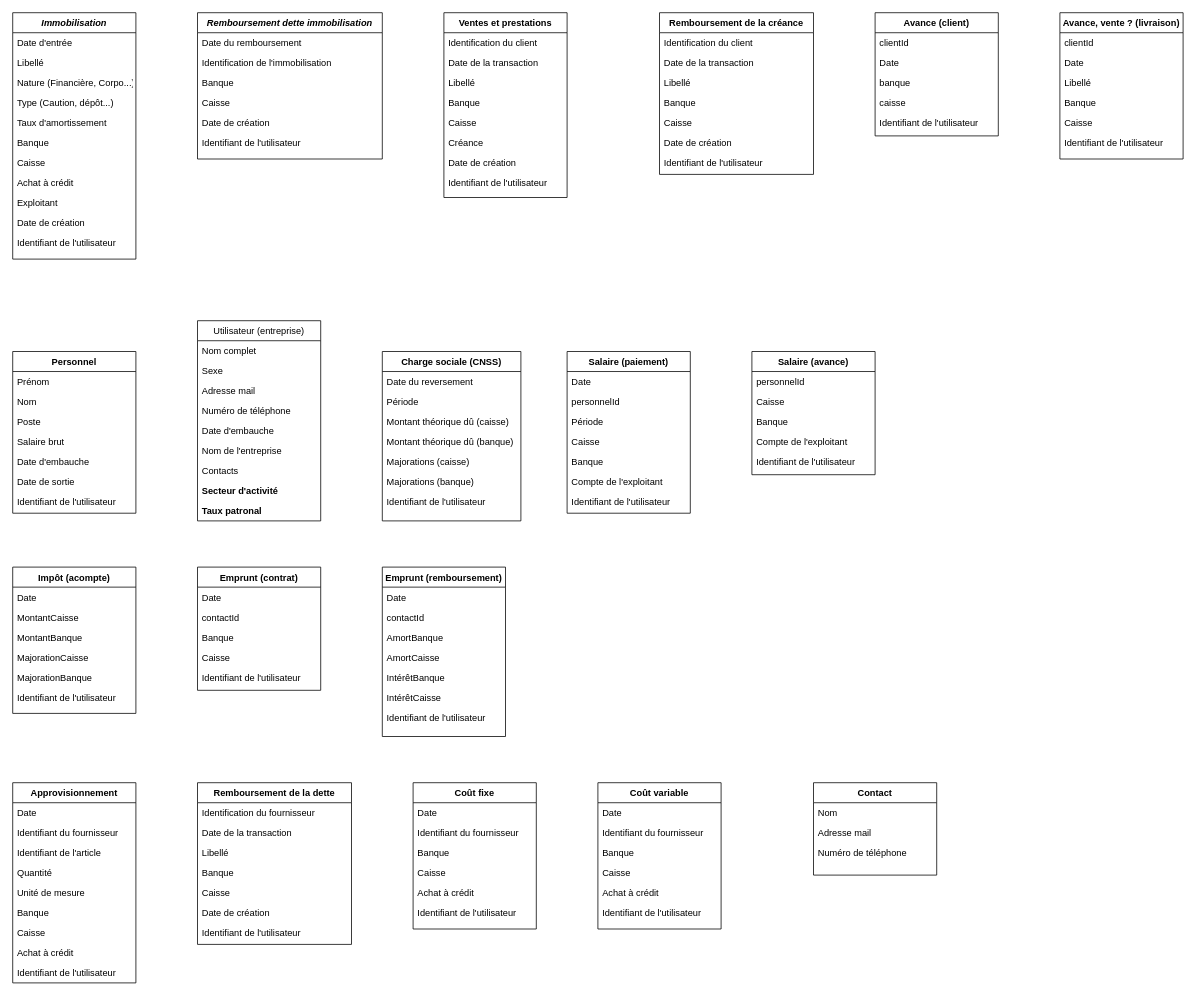
Earlier version of the draw.io diagram Mon Coach.drawio (arso1er/dashboard-draw-maison-rouge). Source tidied: cells renumbered, new cells numbered last; positions are measured from the earlier drawing's top-left corner, leaving out a move shared by most shapes. Both pictures are drawn from the tidied source at 77%, with x=0, y=0 at pixel (12, 12).
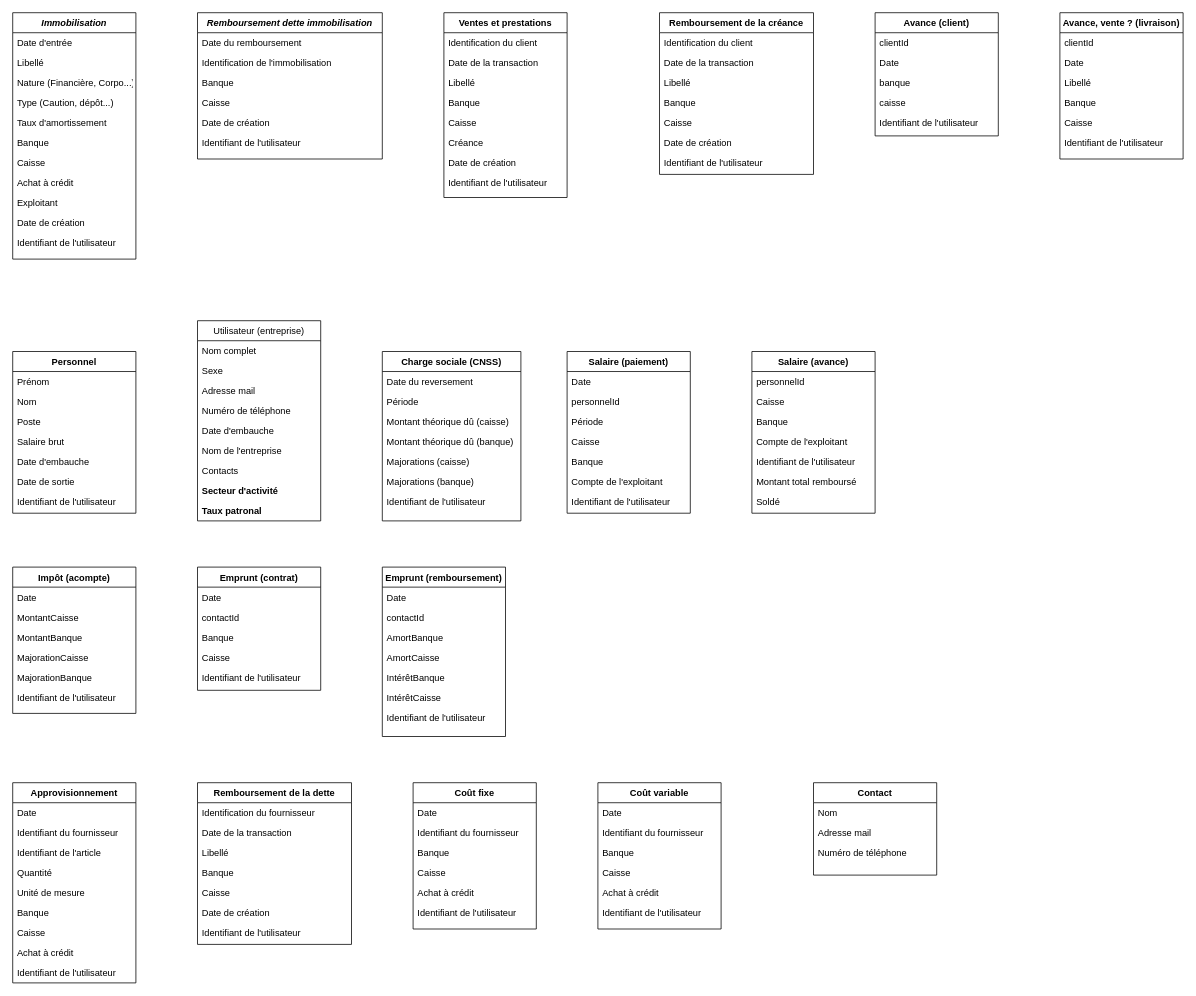
Above is the later version.

Commit message:
Ajout de champs à salaire (avance) Mettre à jour Mon Coach.drawio

What changed in the source:
```diff
@@
     <mxCell id="57" value="Salaire (avance)" style="swimlane;fontStyle=1;align=center;verticalAlign=top;horizontal=1;startSize=26;rounded=0;shadow=0;strokeWidth=1;" parent="1" vertex="1">
-      <mxGeometry x="960" y="440" width="160" height="160" as="geometry" />
+      <mxGeometry x="960" y="440" width="160" height="210" as="geometry" />
     </mxCell>
@@
+    <mxCell id="148" value="Montant total remboursé" style="text;align=left;verticalAlign=top;spacingLeft=4;spacingRight=4;overflow=hidden;rounded=0;shadow=0;html=0;" parent="57" vertex="1">
+      <mxGeometry y="156" width="160" height="26" as="geometry" />
+    </mxCell>
+    <mxCell id="149" value="Soldé" style="text;align=left;verticalAlign=top;spacingLeft=4;spacingRight=4;overflow=hidden;rounded=0;shadow=0;html=0;" parent="57" vertex="1">
+      <mxGeometry y="182" width="160" height="26" as="geometry" />
+    </mxCell>
```
